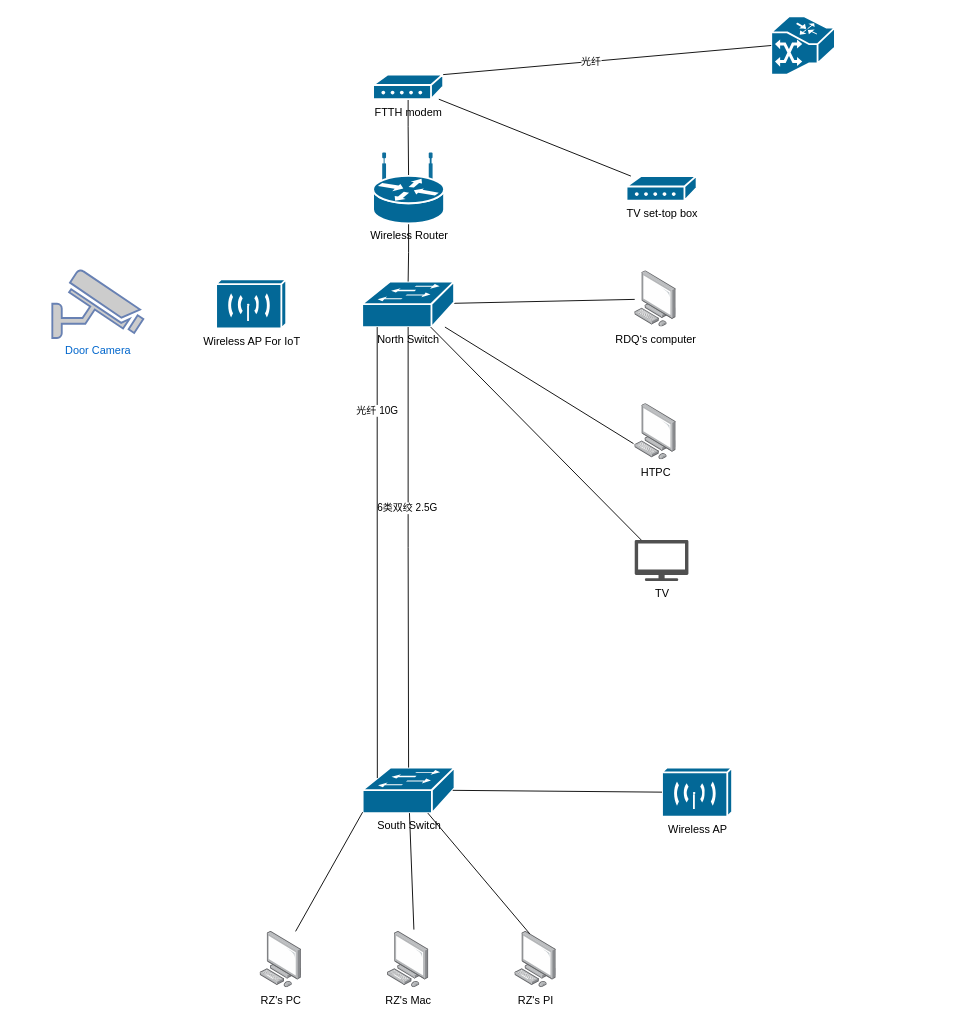
Before: 707topology.drawio in razor/1102_decoration, a draw.io diagram. Source tidied: cells renumbered, new cells numbered last; positions are measured from the earlier drawing's top-left corner, leaving out a move shared by most shapes. Both pictures are drawn from the tidied source at 91%, with x=0, y=0 at pixel (52, 15).
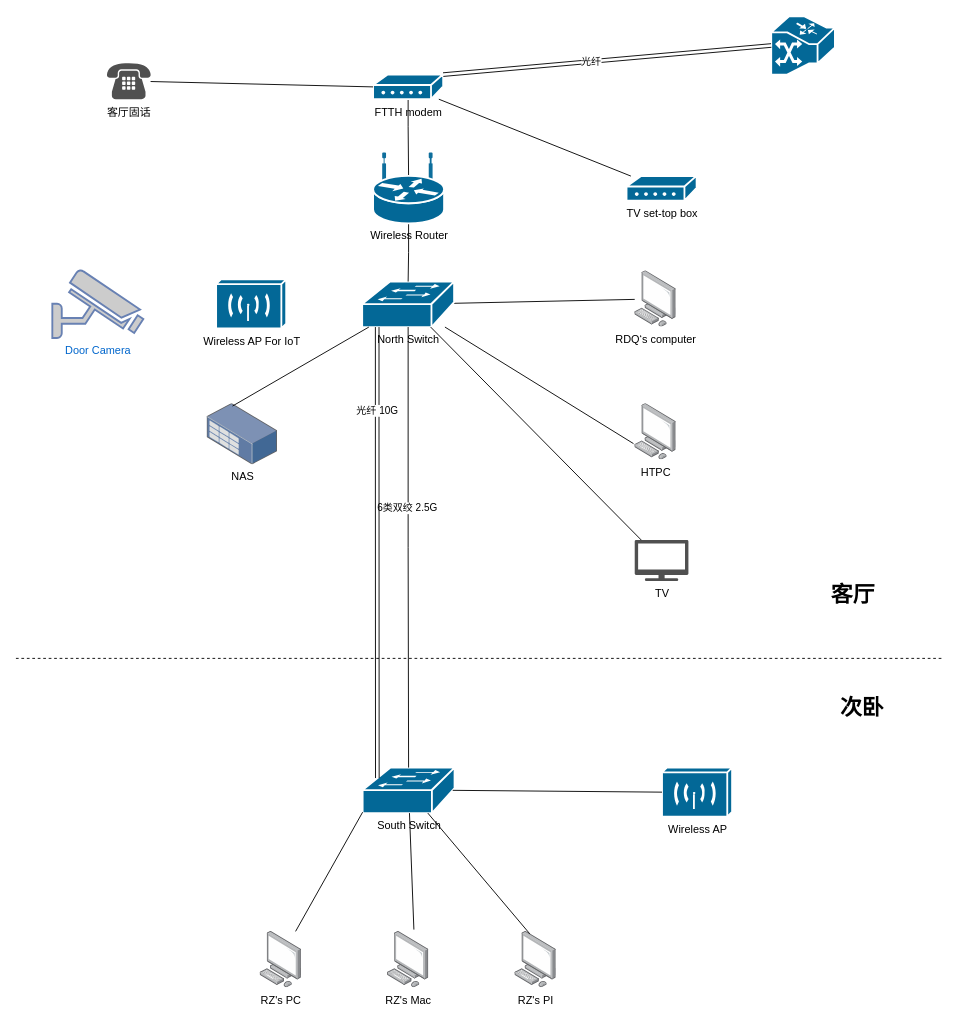
After the change.

The change refers to these unchanged cells:
```xml
<mxCell id="2" style="shape=mxgraph.cisco.misc.ip_dsl;sketch=0;html=1;dashed=0;fillColor=#036897;strokeColor=#ffffff;strokeWidth=2;verticalLabelPosition=bottom;verticalAlign=top;align=center;outlineConnect=0;" parent="1" vertex="1">
  <mxGeometry x="790" y="0.5" width="70" height="64" as="geometry" />
</mxCell>
<mxCell id="5" value="FTTH modem" style="shape=mxgraph.cisco.modems_and_phones.modem;html=1;dashed=0;fillColor=#036897;strokeColor=#ffffff;strokeWidth=2;verticalLabelPosition=bottom;verticalAlign=top;align=center;outlineConnect=0;" parent="1" vertex="1">
  <mxGeometry x="352.5" y="64.5" width="77" height="27" as="geometry" />
</mxCell>
<mxCell id="8" value="North Switch" style="shape=mxgraph.cisco.switches.workgroup_switch;sketch=0;html=1;dashed=0;fillColor=#036897;strokeColor=#ffffff;strokeWidth=2;verticalLabelPosition=bottom;verticalAlign=top;align=center;outlineConnect=0;" parent="1" vertex="1">
  <mxGeometry x="340.5" y="291.9" width="101" height="50" as="geometry" />
</mxCell>
<mxCell id="9" value="South Switch" style="shape=mxgraph.cisco.switches.workgroup_switch;sketch=0;html=1;dashed=0;fillColor=#036897;strokeColor=#ffffff;strokeWidth=2;verticalLabelPosition=bottom;verticalAlign=top;align=center;outlineConnect=0;" parent="1" vertex="1">
  <mxGeometry x="341" y="826" width="101" height="50" as="geometry" />
</mxCell>
```

What changed in the source:
```diff
@@
-    <mxCell id="20" style="endArrow=none;html=1;rounded=0;entryX=0;entryY=0.5;entryDx=0;entryDy=0;entryPerimeter=0;exitX=1;exitY=0;exitDx=0;exitDy=0;exitPerimeter=0;" parent="1" edge="1" source="5" target="2">
+    <mxCell id="20" style="endArrow=none;html=1;rounded=0;entryX=0;entryY=0.5;entryDx=0;entryDy=0;entryPerimeter=0;exitX=1;exitY=0;exitDx=0;exitDy=0;exitPerimeter=0;shape=link;" parent="1" edge="1" source="5" target="2">
       <mxGeometry relative="1" as="geometry" />
     </mxCell>
@@
-    <mxCell id="26" style="edgeStyle=orthogonalEdgeStyle;rounded=0;jettySize=auto;html=1;entryX=0.16;entryY=0.23;entryDx=0;entryDy=0;entryPerimeter=0;endArrow=none;endFill=0;" parent="1" edge="1" source="8" target="9">
+    <mxCell id="26" style="edgeStyle=orthogonalEdgeStyle;rounded=0;jettySize=auto;html=1;entryX=0.16;entryY=0.23;entryDx=0;entryDy=0;entryPerimeter=0;endArrow=none;endFill=0;shape=link;" parent="1" edge="1" source="8" target="9">
       <mxGeometry relative="1" as="geometry">
         <Array as="points">
           <mxPoint x="357" y="466" />
           <mxPoint x="357" y="466" />
         </Array>
       </mxGeometry>
     </mxCell>
@@
+    <mxCell id="34" value="客厅固话" style="shadow=0;dashed=0;html=1;strokeColor=none;fillColor=#505050;labelPosition=center;verticalLabelPosition=bottom;verticalAlign=top;shape=mxgraph.office.devices.phone_traditional;" parent="1" vertex="1">
+      <mxGeometry x="60" y="51.5" width="48" height="40" as="geometry" />
+    </mxCell>
+    <mxCell id="35" style="rounded=0;jettySize=auto;html=1;entryX=0;entryY=0.5;entryDx=0;entryDy=0;entryPerimeter=0;endArrow=none;endFill=0;" parent="1" edge="1" source="34" target="5">
+      <mxGeometry relative="1" as="geometry" />
+    </mxCell>
+    <mxCell id="36" value="NAS" style="image;points=[];html=1;align=center;shadow=0;dashed=0;image=img/lib/allied_telesis/storage/Datacenter_Server_Rack_Storage_Unit_Small.svg;" parent="1" vertex="1">
+      <mxGeometry x="170" y="426" width="77.4" height="67.2" as="geometry" />
+    </mxCell>
+    <mxCell id="37" style="rounded=0;jettySize=auto;html=1;endArrow=none;endFill=0;exitX=0.362;exitY=0.04;exitDx=0;exitDy=0;exitPerimeter=0;" parent="1" edge="1" source="36" target="8">
+      <mxGeometry relative="1" as="geometry" />
+    </mxCell>
+    <mxCell id="38" style="endArrow=none;dashed=1;html=1;rounded=0;" parent="1" edge="1">
+      <mxGeometry relative="1" as="geometry">
+        <mxPoint x="-40" y="706" as="sourcePoint" />
+        <mxPoint x="980" y="706" as="targetPoint" />
+      </mxGeometry>
+    </mxCell>
+    <mxCell id="39" value="客厅" style="text;html=1;align=center;verticalAlign=middle;whiteSpace=wrap;rounded=0;fontStyle=1;fontSize=24;" parent="1" vertex="1">
+      <mxGeometry x="850" y="621" width="60" height="30" as="geometry" />
+    </mxCell>
+    <mxCell id="40" value="次卧" style="text;html=1;align=center;verticalAlign=middle;whiteSpace=wrap;rounded=0;fontStyle=1;fontSize=24;" parent="1" vertex="1">
+      <mxGeometry x="860" y="746" width="60" height="30" as="geometry" />
+    </mxCell>
```
